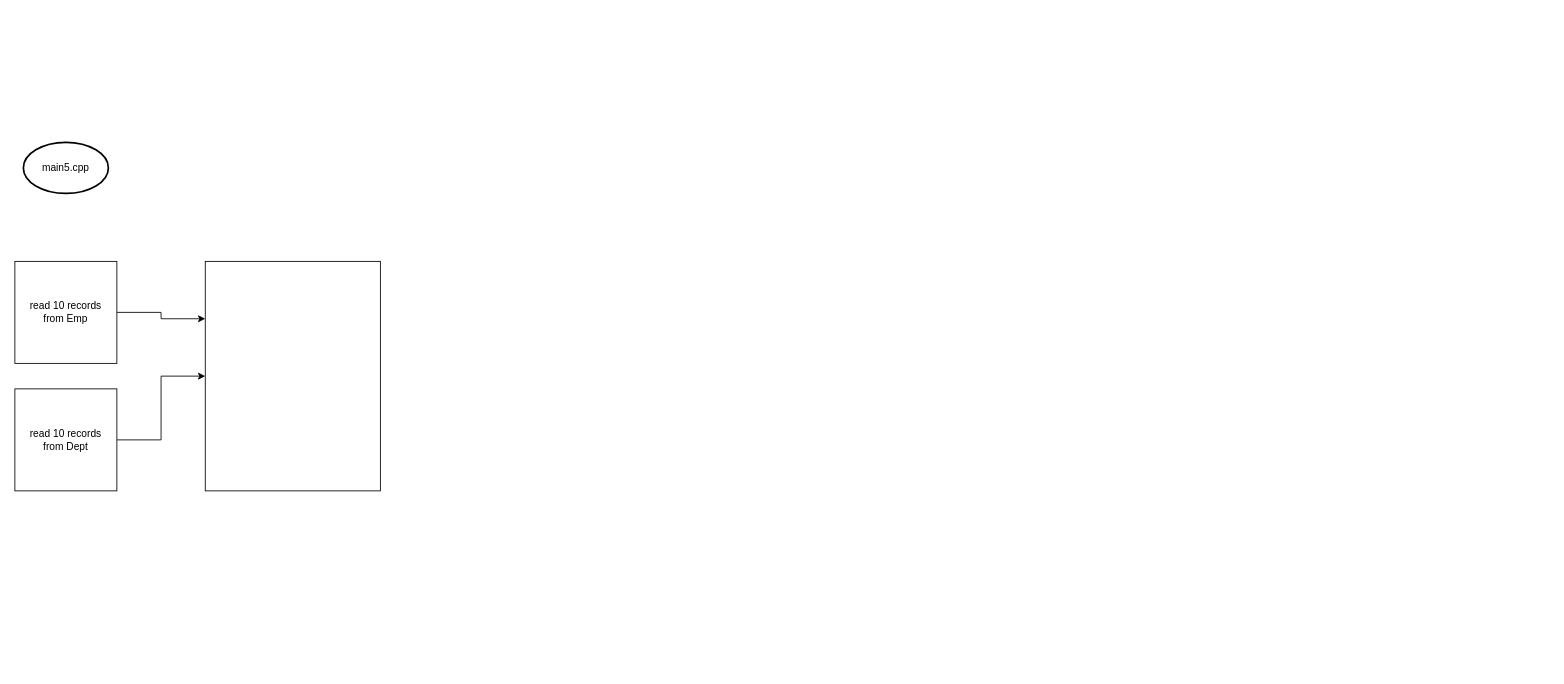
Before: hw5/Untitled Diagram.drawio in endepointe/440, a draw.io diagram. Source tidied: cells renumbered, new cells numbered last; positions are measured from the earlier drawing's top-left corner, leaving out a move shared by most shapes. Both pictures are drawn from the tidied source at 85%, with x=0, y=0 at pixel (14, 142).
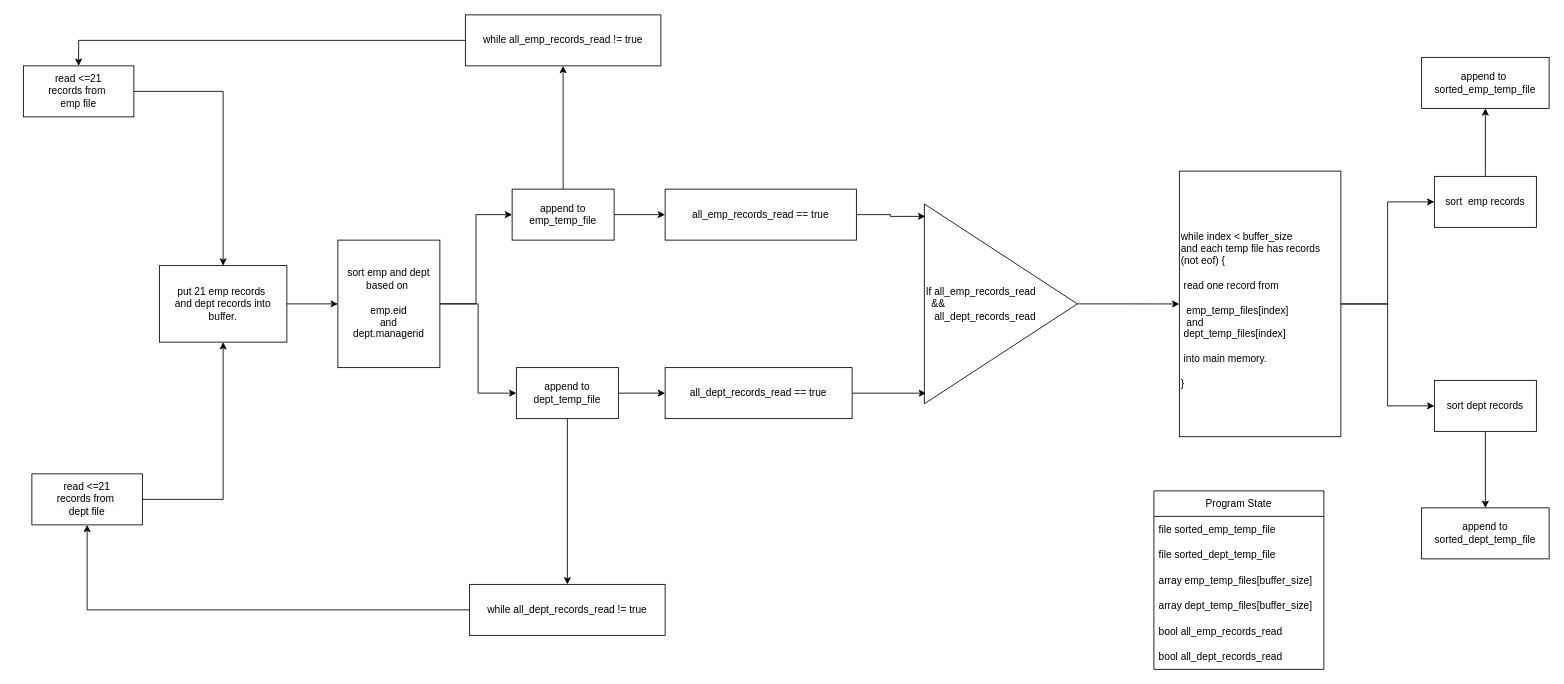
Above is the later version.

The edit, as a diff of the source:
```diff
@@
-    <mxCell id="2" value="main5.cpp" style="strokeWidth=2;html=1;shape=mxgraph.flowchart.start_1;whiteSpace=wrap;" parent="1" vertex="1">
-      <mxGeometry x="10" width="100" height="60" as="geometry" />
-    </mxCell>
-    <mxCell id="3" style="edgeStyle=orthogonalEdgeStyle;rounded=0;jettySize=auto;html=1;entryX=0;entryY=0.25;entryDx=0;entryDy=0;" parent="1" edge="1" source="4" target="7">
-      <mxGeometry relative="1" as="geometry" />
-    </mxCell>
-    <mxCell id="4" value="read 10 records&lt;br&gt;from Emp" style="whiteSpace=wrap;html=1;" parent="1" vertex="1">
-      <mxGeometry y="140" width="120" height="120" as="geometry" />
-    </mxCell>
-    <mxCell id="5" style="edgeStyle=orthogonalEdgeStyle;rounded=0;jettySize=auto;html=1;" parent="1" edge="1" source="6" target="7">
-      <mxGeometry relative="1" as="geometry" />
-    </mxCell>
-    <mxCell id="6" value="read 10 records&lt;br&gt;from Dept&lt;br&gt;" style="whiteSpace=wrap;html=1;" parent="1" vertex="1">
-      <mxGeometry y="290" width="120" height="120" as="geometry" />
-    </mxCell>
-    <mxCell id="7" style="rounded=0;whiteSpace=wrap;html=1;" parent="1" vertex="1">
-      <mxGeometry x="224" y="140" width="206" height="270" as="geometry" />
-    </mxCell>
+    <mxCell id="8" style="edgeStyle=orthogonalEdgeStyle;rounded=0;jettySize=auto;html=1;" parent="1" edge="1" source="9" target="13">
+      <mxGeometry relative="1" as="geometry" />
+    </mxCell>
+    <mxCell id="9" value="read &amp;lt;=21&lt;br&gt;records from&amp;nbsp;&lt;br&gt;emp file" style="rounded=0;whiteSpace=wrap;html=1;" parent="1" vertex="1">
+      <mxGeometry x="10" y="-90" width="130" height="60" as="geometry" />
+    </mxCell>
+    <mxCell id="10" style="edgeStyle=orthogonalEdgeStyle;rounded=0;jettySize=auto;html=1;entryX=0.5;entryY=1;entryDx=0;entryDy=0;" parent="1" edge="1" source="11" target="13">
+      <mxGeometry relative="1" as="geometry" />
+    </mxCell>
+    <mxCell id="11" value="&lt;span style=&quot;color: rgb(0 , 0 , 0) ; font-family: &amp;#34;helvetica&amp;#34; ; font-size: 12px ; font-style: normal ; font-weight: 400 ; letter-spacing: normal ; text-align: center ; text-indent: 0px ; text-transform: none ; word-spacing: 0px ; background-color: rgb(248 , 249 , 250) ; display: inline ; float: none&quot;&gt;read &amp;lt;=21&lt;/span&gt;&lt;br style=&quot;color: rgb(0 , 0 , 0) ; font-family: &amp;#34;helvetica&amp;#34; ; font-size: 12px ; font-style: normal ; font-weight: 400 ; letter-spacing: normal ; text-align: center ; text-indent: 0px ; text-transform: none ; word-spacing: 0px ; background-color: rgb(248 , 249 , 250)&quot;&gt;&lt;span style=&quot;color: rgb(0 , 0 , 0) ; font-family: &amp;#34;helvetica&amp;#34; ; font-size: 12px ; font-style: normal ; font-weight: 400 ; letter-spacing: normal ; text-align: center ; text-indent: 0px ; text-transform: none ; word-spacing: 0px ; background-color: rgb(248 , 249 , 250) ; display: inline ; float: none&quot;&gt;records from&amp;nbsp;&lt;/span&gt;&lt;br style=&quot;color: rgb(0 , 0 , 0) ; font-family: &amp;#34;helvetica&amp;#34; ; font-size: 12px ; font-style: normal ; font-weight: 400 ; letter-spacing: normal ; text-align: center ; text-indent: 0px ; text-transform: none ; word-spacing: 0px ; background-color: rgb(248 , 249 , 250)&quot;&gt;&lt;span style=&quot;color: rgb(0 , 0 , 0) ; font-family: &amp;#34;helvetica&amp;#34; ; font-size: 12px ; font-style: normal ; font-weight: 400 ; letter-spacing: normal ; text-align: center ; text-indent: 0px ; text-transform: none ; word-spacing: 0px ; background-color: rgb(248 , 249 , 250) ; display: inline ; float: none&quot;&gt;dept file&lt;/span&gt;" style="rounded=0;whiteSpace=wrap;html=1;" parent="1" vertex="1">
+      <mxGeometry x="20" y="390" width="130" height="60" as="geometry" />
+    </mxCell>
+    <mxCell id="12" style="edgeStyle=orthogonalEdgeStyle;rounded=0;jettySize=auto;html=1;" parent="1" edge="1" source="13" target="20">
+      <mxGeometry relative="1" as="geometry" />
+    </mxCell>
+    <mxCell id="13" value="put 21 emp records&amp;nbsp;&lt;br&gt;and dept records into&lt;br&gt;buffer." style="rounded=0;whiteSpace=wrap;html=1;" parent="1" vertex="1">
+      <mxGeometry x="170" y="145" width="150" height="90" as="geometry" />
+    </mxCell>
+    <mxCell id="14" style="edgeStyle=orthogonalEdgeStyle;rounded=0;jettySize=auto;html=1;entryX=0.5;entryY=0;entryDx=0;entryDy=0;" parent="1" edge="1" source="15" target="9">
+      <mxGeometry relative="1" as="geometry" />
+    </mxCell>
+    <mxCell id="15" value="while all_emp_records_read != true" style="rounded=0;whiteSpace=wrap;html=1;" parent="1" vertex="1">
+      <mxGeometry x="530" y="-150" width="230" height="60" as="geometry" />
+    </mxCell>
+    <mxCell id="16" style="edgeStyle=orthogonalEdgeStyle;rounded=0;jettySize=auto;html=1;entryX=0.5;entryY=1;entryDx=0;entryDy=0;" parent="1" edge="1" source="17" target="11">
+      <mxGeometry relative="1" as="geometry" />
+    </mxCell>
+    <mxCell id="17" value="while all_dept_records_read != true" style="rounded=0;whiteSpace=wrap;html=1;" parent="1" vertex="1">
+      <mxGeometry x="535" y="520" width="230" height="60" as="geometry" />
+    </mxCell>
+    <mxCell id="18" style="edgeStyle=orthogonalEdgeStyle;rounded=0;jettySize=auto;html=1;" parent="1" edge="1" source="20" target="32">
+      <mxGeometry relative="1" as="geometry" />
+    </mxCell>
+    <mxCell id="19" style="edgeStyle=orthogonalEdgeStyle;rounded=0;jettySize=auto;html=1;" parent="1" edge="1" source="20" target="35">
+      <mxGeometry relative="1" as="geometry" />
+    </mxCell>
+    <mxCell id="20" value="sort emp and dept&lt;br&gt;based on&amp;nbsp;&lt;br&gt;&lt;br&gt;emp.eid&lt;br&gt;and&lt;br&gt;dept.managerid" style="whiteSpace=wrap;html=1;rounded=0;" parent="1" vertex="1">
+      <mxGeometry x="380" y="115" width="120" height="150" as="geometry" />
+    </mxCell>
+    <mxCell id="21" value="Program State" style="swimlane;fontStyle=0;horizontal=1;startSize=30;" parent="1" vertex="1">
+      <mxGeometry x="1340" y="410" width="200" height="210" as="geometry" />
+    </mxCell>
+    <mxCell id="22" value="file sorted_emp_temp_file" style="text;strokeColor=none;fillColor=none;align=left;verticalAlign=middle;spacingLeft=4;spacingRight=4;overflow=hidden;" parent="21" vertex="1">
+      <mxGeometry y="30" width="200" height="30" as="geometry" />
+    </mxCell>
+    <mxCell id="23" value="file sorted_dept_temp_file" style="text;strokeColor=none;fillColor=none;align=left;verticalAlign=middle;spacingLeft=4;spacingRight=4;overflow=hidden;" parent="21" vertex="1">
+      <mxGeometry y="60" width="200" height="30" as="geometry" />
+    </mxCell>
+    <mxCell id="24" value="array emp_temp_files[buffer_size]" style="text;strokeColor=none;fillColor=none;align=left;verticalAlign=middle;spacingLeft=4;spacingRight=4;overflow=hidden;" parent="21" vertex="1">
+      <mxGeometry y="90" width="200" height="30" as="geometry" />
+    </mxCell>
+    <mxCell id="25" value="array dept_temp_files[buffer_size]" style="text;strokeColor=none;fillColor=none;align=left;verticalAlign=middle;spacingLeft=4;spacingRight=4;overflow=hidden;" parent="21" vertex="1">
+      <mxGeometry y="120" width="200" height="30" as="geometry" />
+    </mxCell>
+    <mxCell id="26" value="bool all_emp_records_read" style="text;strokeColor=none;fillColor=none;align=left;verticalAlign=middle;spacingLeft=4;spacingRight=4;overflow=hidden;" parent="21" vertex="1">
+      <mxGeometry y="150" width="200" height="30" as="geometry" />
+    </mxCell>
+    <mxCell id="27" value="bool all_dept_records_read" style="text;strokeColor=none;fillColor=none;align=left;verticalAlign=middle;spacingLeft=4;spacingRight=4;overflow=hidden;" parent="21" vertex="1">
+      <mxGeometry y="180" width="200" height="30" as="geometry" />
+    </mxCell>
+    <mxCell id="28" style="edgeStyle=orthogonalEdgeStyle;rounded=0;jettySize=auto;html=1;" parent="1" edge="1" source="29" target="42">
+      <mxGeometry relative="1" as="geometry" />
+    </mxCell>
+    <mxCell id="29" value="If all_emp_records_read &lt;br&gt;&lt;span style=&quot;white-space: pre&quot;&gt; &lt;/span&gt;&lt;span style=&quot;white-space: pre&quot;&gt; &lt;/span&gt;&amp;amp;&amp;amp;&amp;nbsp;&lt;br&gt;&amp;nbsp; &amp;nbsp;all_dept_records_read" style="triangle;whiteSpace=wrap;html=1;align=left;" parent="1" vertex="1">
+      <mxGeometry x="1070" y="72.5" width="180" height="235" as="geometry" />
+    </mxCell>
+    <mxCell id="30" style="edgeStyle=orthogonalEdgeStyle;rounded=0;jettySize=auto;html=1;" parent="1" edge="1" source="32" target="15">
+      <mxGeometry relative="1" as="geometry" />
+    </mxCell>
+    <mxCell id="31" style="edgeStyle=orthogonalEdgeStyle;rounded=0;jettySize=auto;html=1;" parent="1" edge="1" source="32" target="37">
+      <mxGeometry relative="1" as="geometry" />
+    </mxCell>
+    <mxCell id="32" value="append to emp_temp_file" style="whiteSpace=wrap;html=1;rounded=0;" parent="1" vertex="1">
+      <mxGeometry x="585" y="55" width="120" height="60" as="geometry" />
+    </mxCell>
+    <mxCell id="33" style="edgeStyle=orthogonalEdgeStyle;rounded=0;jettySize=auto;html=1;entryX=0.5;entryY=0;entryDx=0;entryDy=0;" parent="1" edge="1" source="35" target="17">
+      <mxGeometry relative="1" as="geometry" />
+    </mxCell>
+    <mxCell id="34" style="edgeStyle=orthogonalEdgeStyle;rounded=0;jettySize=auto;html=1;" parent="1" edge="1" source="35" target="39">
+      <mxGeometry relative="1" as="geometry" />
+    </mxCell>
+    <mxCell id="35" value="append to dept_temp_file" style="whiteSpace=wrap;html=1;rounded=0;" parent="1" vertex="1">
+      <mxGeometry x="590" y="265" width="120" height="60" as="geometry" />
+    </mxCell>
+    <mxCell id="36" style="edgeStyle=orthogonalEdgeStyle;rounded=0;jettySize=auto;html=1;entryX=0.006;entryY=0.062;entryDx=0;entryDy=0;entryPerimeter=0;" parent="1" edge="1" source="37" target="29">
+      <mxGeometry relative="1" as="geometry" />
+    </mxCell>
+    <mxCell id="37" value="all_emp_records_read == true" style="rounded=0;whiteSpace=wrap;html=1;" parent="1" vertex="1">
+      <mxGeometry x="765" y="55" width="225" height="60" as="geometry" />
+    </mxCell>
+    <mxCell id="38" style="edgeStyle=orthogonalEdgeStyle;rounded=0;jettySize=auto;html=1;entryX=0.011;entryY=0.947;entryDx=0;entryDy=0;entryPerimeter=0;" parent="1" edge="1" source="39" target="29">
+      <mxGeometry relative="1" as="geometry" />
+    </mxCell>
+    <mxCell id="39" value="&lt;span style=&quot;color: rgb(0 , 0 , 0) ; font-family: &amp;#34;helvetica&amp;#34; ; font-size: 12px ; font-style: normal ; font-weight: 400 ; letter-spacing: normal ; text-align: center ; text-indent: 0px ; text-transform: none ; word-spacing: 0px ; background-color: rgb(248 , 249 , 250) ; display: inline ; float: none&quot;&gt;all_dept_records_read == true&lt;/span&gt;" style="whiteSpace=wrap;html=1;rounded=0;" parent="1" vertex="1">
+      <mxGeometry x="765" y="265" width="220" height="60" as="geometry" />
+    </mxCell>
+    <mxCell id="40" style="edgeStyle=orthogonalEdgeStyle;rounded=0;jettySize=auto;html=1;" parent="1" edge="1" source="42" target="44">
+      <mxGeometry relative="1" as="geometry" />
+    </mxCell>
+    <mxCell id="41" style="edgeStyle=orthogonalEdgeStyle;rounded=0;jettySize=auto;html=1;" parent="1" edge="1" source="42" target="46">
+      <mxGeometry relative="1" as="geometry" />
+    </mxCell>
+    <mxCell id="42" value="&lt;br&gt;while index &amp;lt; buffer_size&lt;br&gt;and each temp file has records&lt;br&gt;(not eof) {&lt;br&gt;&lt;br&gt;&lt;span style=&quot;white-space: pre&quot;&gt; &lt;/span&gt;read one record from&lt;br&gt;&lt;br&gt;&amp;nbsp;&lt;span style=&quot;white-space: pre&quot;&gt; &lt;/span&gt;emp_temp_files[index]&lt;br&gt;&lt;span style=&quot;white-space: pre&quot;&gt; &lt;/span&gt;&lt;span style=&quot;white-space: pre&quot;&gt; &lt;/span&gt;and &lt;br&gt;&lt;span style=&quot;white-space: pre&quot;&gt; &lt;/span&gt;dept_temp_files[index] &lt;br&gt;&lt;br&gt;&lt;span style=&quot;white-space: pre&quot;&gt; &lt;/span&gt;into main memory.&lt;br&gt;&lt;br&gt;}" style="whiteSpace=wrap;html=1;align=left;" parent="1" vertex="1">
+      <mxGeometry x="1370" y="33.8" width="190" height="312.5" as="geometry" />
+    </mxCell>
+    <mxCell id="43" style="edgeStyle=orthogonalEdgeStyle;rounded=0;jettySize=auto;html=1;" parent="1" edge="1" source="44" target="48">
+      <mxGeometry relative="1" as="geometry" />
+    </mxCell>
+    <mxCell id="44" value="sort&amp;nbsp; emp records" style="whiteSpace=wrap;html=1;" parent="1" vertex="1">
+      <mxGeometry x="1670" y="40" width="120" height="60" as="geometry" />
+    </mxCell>
+    <mxCell id="45" style="edgeStyle=orthogonalEdgeStyle;rounded=0;jettySize=auto;html=1;" parent="1" edge="1" source="46" target="47">
+      <mxGeometry relative="1" as="geometry" />
+    </mxCell>
+    <mxCell id="46" value="sort dept records" style="whiteSpace=wrap;html=1;" parent="1" vertex="1">
+      <mxGeometry x="1670" y="280" width="120" height="60" as="geometry" />
+    </mxCell>
+    <mxCell id="47" value="append to sorted_dept_temp_file" style="whiteSpace=wrap;html=1;" parent="1" vertex="1">
+      <mxGeometry x="1655" y="430" width="150" height="60" as="geometry" />
+    </mxCell>
+    <mxCell id="48" value="append to&amp;nbsp;&lt;br&gt;sorted_emp_temp_file" style="whiteSpace=wrap;html=1;" parent="1" vertex="1">
+      <mxGeometry x="1655" y="-100" width="150" height="60" as="geometry" />
+    </mxCell>
```
